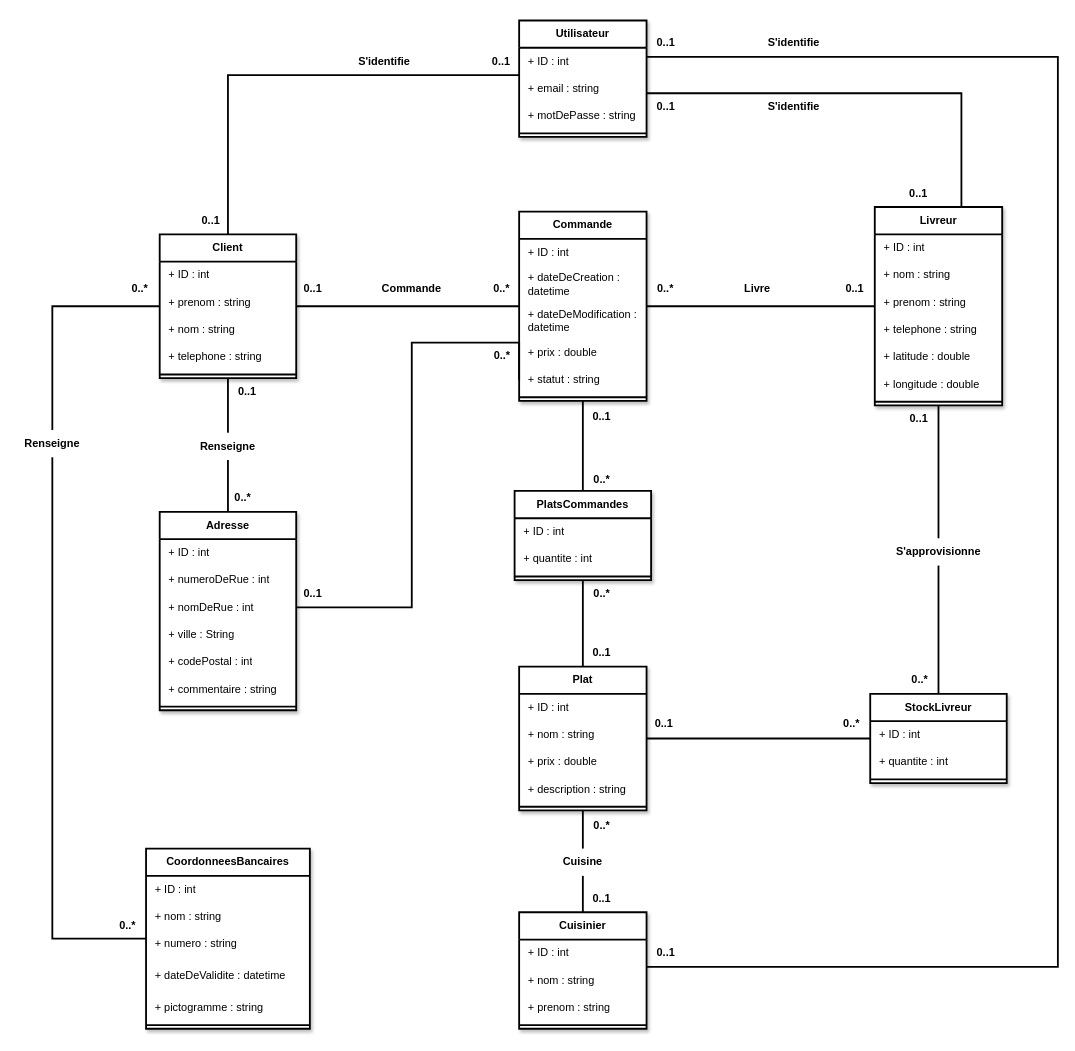
FlorianJourde/OpenClassrooms-3-Design-the-technical-solution-for-an-online-restaurant-application-ExpressFood keeps this draw.io diagram as page "Diagramme de classes" (1 of 7) of P4_jourde_florian/P4_01_schémaUML/ExpressFood - Domain Driven Design.drawio. Above is the earlier version. Source tidied: cells renumbered, new cells numbered last; positions are measured from the earlier drawing's top-left corner, leaving out a move shared by most shapes. Both pictures are drawn from the tidied source at 91%, with x=0, y=0 at pixel (15, 20).
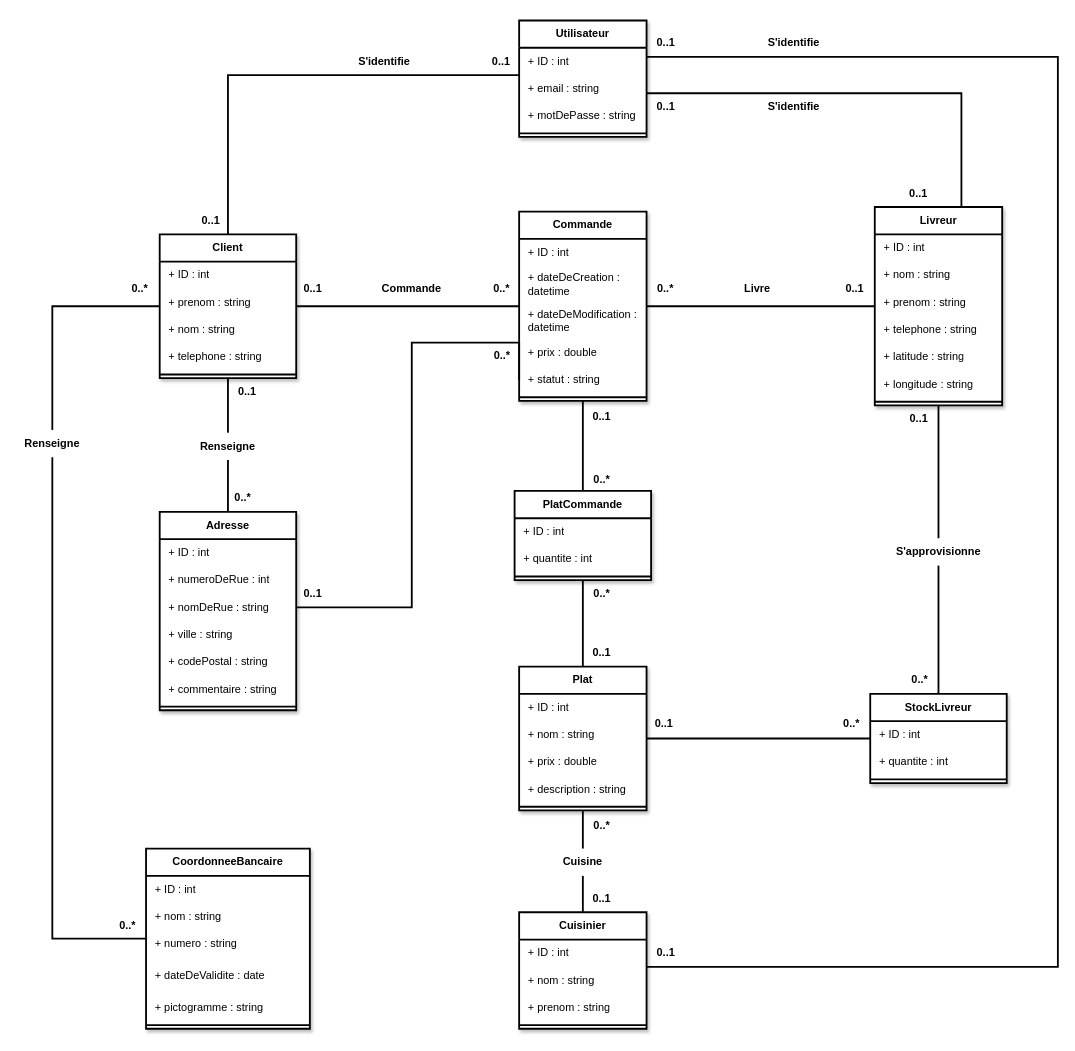
The same page after the edit.

Unchanged cells that the change refers to:
```xml
<mxCell id="2" value="Livreur" style="swimlane;fontStyle=1;horizontal=1;startSize=30;rounded=0;shadow=1;glass=0;strokeColor=default;strokeWidth=2;fillColor=default;gradientColor=none;swimlaneFillColor=default;spacing=0;whiteSpace=wrap;spacingTop=5;spacingLeft=10;spacingRight=10;spacingBottom=5;" parent="1" vertex="1">
  <mxGeometry x="943.8" y="205" width="140" height="218" as="geometry" />
</mxCell>
<mxCell id="42" value="Adresse" style="swimlane;fontStyle=1;horizontal=1;startSize=30;rounded=0;shadow=1;glass=0;strokeColor=default;strokeWidth=2;fillColor=default;gradientColor=none;swimlaneFillColor=default;spacing=0;whiteSpace=wrap;spacingTop=5;spacingLeft=10;spacingRight=10;spacingBottom=5;" parent="1" vertex="1">
  <mxGeometry x="158" y="540" width="150" height="218" as="geometry" />
</mxCell>
```

The edit, as a diff of the source:
```diff
@@
-    <mxCell id="7" value="+ latitude : double" style="text;strokeColor=none;fillColor=none;align=left;verticalAlign=middle;spacingLeft=10;spacingRight=10;overflow=hidden;rounded=0;shadow=1;glass=0;spacing=0;whiteSpace=wrap;spacingTop=5;spacingBottom=5;" parent="2" vertex="1">
+    <mxCell id="7" value="+ latitude : string" style="text;strokeColor=none;fillColor=none;align=left;verticalAlign=middle;spacingLeft=10;spacingRight=10;overflow=hidden;rounded=0;shadow=1;glass=0;spacing=0;whiteSpace=wrap;spacingTop=5;spacingBottom=5;" parent="2" vertex="1">
       <mxGeometry y="150" width="140" height="30" as="geometry" />
     </mxCell>
-    <mxCell id="8" value="+ longitude : double" style="text;strokeColor=none;fillColor=none;align=left;verticalAlign=middle;spacingLeft=10;spacingRight=10;overflow=hidden;rounded=0;shadow=1;glass=0;spacing=0;whiteSpace=wrap;spacingTop=5;spacingBottom=5;" parent="2" vertex="1">
+    <mxCell id="8" value="+ longitude : string" style="text;strokeColor=none;fillColor=none;align=left;verticalAlign=middle;spacingLeft=10;spacingRight=10;overflow=hidden;rounded=0;shadow=1;glass=0;spacing=0;whiteSpace=wrap;spacingTop=5;spacingBottom=5;" parent="2" vertex="1">
       <mxGeometry y="180" width="140" height="30" as="geometry" />
     </mxCell>
@@
-    <mxCell id="32" value="PlatsCommandes" style="swimlane;fontStyle=1;horizontal=1;startSize=30;rounded=0;shadow=1;glass=0;strokeColor=default;strokeWidth=2;fillColor=default;gradientColor=none;swimlaneFillColor=default;spacing=0;whiteSpace=wrap;spacingTop=5;spacingLeft=10;spacingRight=10;spacingBottom=5;" parent="1" vertex="1">
+    <mxCell id="32" value="PlatCommande" style="swimlane;fontStyle=1;horizontal=1;startSize=30;rounded=0;shadow=1;glass=0;strokeColor=default;strokeWidth=2;fillColor=default;gradientColor=none;swimlaneFillColor=default;spacing=0;whiteSpace=wrap;spacingTop=5;spacingLeft=10;spacingRight=10;spacingBottom=5;" parent="1" vertex="1">
       <mxGeometry x="548" y="517" width="150" height="98" as="geometry" />
     </mxCell>
@@
-    <mxCell id="45" value="+ nomDeRue : int" style="text;strokeColor=none;fillColor=none;align=left;verticalAlign=middle;spacingLeft=10;spacingRight=10;overflow=hidden;rounded=0;shadow=1;glass=0;spacing=0;whiteSpace=wrap;spacingTop=5;spacingBottom=5;" parent="42" vertex="1">
+    <mxCell id="45" value="+ nomDeRue : string" style="text;strokeColor=none;fillColor=none;align=left;verticalAlign=middle;spacingLeft=10;spacingRight=10;overflow=hidden;rounded=0;shadow=1;glass=0;spacing=0;whiteSpace=wrap;spacingTop=5;spacingBottom=5;" parent="42" vertex="1">
       <mxGeometry y="90" width="150" height="30" as="geometry" />
     </mxCell>
-    <mxCell id="46" value="+ ville : String" style="text;strokeColor=none;fillColor=none;align=left;verticalAlign=middle;spacingLeft=10;spacingRight=10;overflow=hidden;rounded=0;shadow=1;glass=0;spacing=0;whiteSpace=wrap;spacingTop=5;spacingBottom=5;" parent="42" vertex="1">
+    <mxCell id="46" value="+ ville : string" style="text;strokeColor=none;fillColor=none;align=left;verticalAlign=middle;spacingLeft=10;spacingRight=10;overflow=hidden;rounded=0;shadow=1;glass=0;spacing=0;whiteSpace=wrap;spacingTop=5;spacingBottom=5;" parent="42" vertex="1">
       <mxGeometry y="120" width="150" height="30" as="geometry" />
     </mxCell>
-    <mxCell id="47" value="+ codePostal : int" style="text;strokeColor=none;fillColor=none;align=left;verticalAlign=middle;spacingLeft=10;spacingRight=10;overflow=hidden;rounded=0;shadow=1;glass=0;spacing=0;whiteSpace=wrap;spacingTop=5;spacingBottom=5;" parent="42" vertex="1">
+    <mxCell id="47" value="+ codePostal : string" style="text;strokeColor=none;fillColor=none;align=left;verticalAlign=middle;spacingLeft=10;spacingRight=10;overflow=hidden;rounded=0;shadow=1;glass=0;spacing=0;whiteSpace=wrap;spacingTop=5;spacingBottom=5;" parent="42" vertex="1">
       <mxGeometry y="150" width="150" height="30" as="geometry" />
     </mxCell>
@@
-    <mxCell id="60" value="CoordonneesBancaires" style="swimlane;fontStyle=1;horizontal=1;startSize=30;rounded=0;shadow=1;glass=0;strokeColor=default;strokeWidth=2;fillColor=default;gradientColor=none;swimlaneFillColor=default;spacing=0;whiteSpace=wrap;spacingTop=5;spacingLeft=10;spacingRight=10;spacingBottom=5;" parent="1" vertex="1">
+    <mxCell id="60" value="CoordonneeBancaire" style="swimlane;fontStyle=1;horizontal=1;startSize=30;rounded=0;shadow=1;glass=0;strokeColor=default;strokeWidth=2;fillColor=default;gradientColor=none;swimlaneFillColor=default;spacing=0;whiteSpace=wrap;spacingTop=5;spacingLeft=10;spacingRight=10;spacingBottom=5;" parent="1" vertex="1">
       <mxGeometry x="143" y="910" width="180" height="198" as="geometry" />
     </mxCell>
@@
-    <mxCell id="64" value="+ dateDeValidite : datetime" style="text;strokeColor=none;fillColor=none;align=left;verticalAlign=middle;spacingLeft=10;spacingRight=10;overflow=hidden;rounded=0;shadow=1;glass=0;spacing=0;whiteSpace=wrap;spacingTop=5;spacingBottom=5;" parent="60" vertex="1">
+    <mxCell id="64" value="+ dateDeValidite : date" style="text;strokeColor=none;fillColor=none;align=left;verticalAlign=middle;spacingLeft=10;spacingRight=10;overflow=hidden;rounded=0;shadow=1;glass=0;spacing=0;whiteSpace=wrap;spacingTop=5;spacingBottom=5;" parent="60" vertex="1">
       <mxGeometry y="120" width="180" height="40" as="geometry" />
     </mxCell>
```
